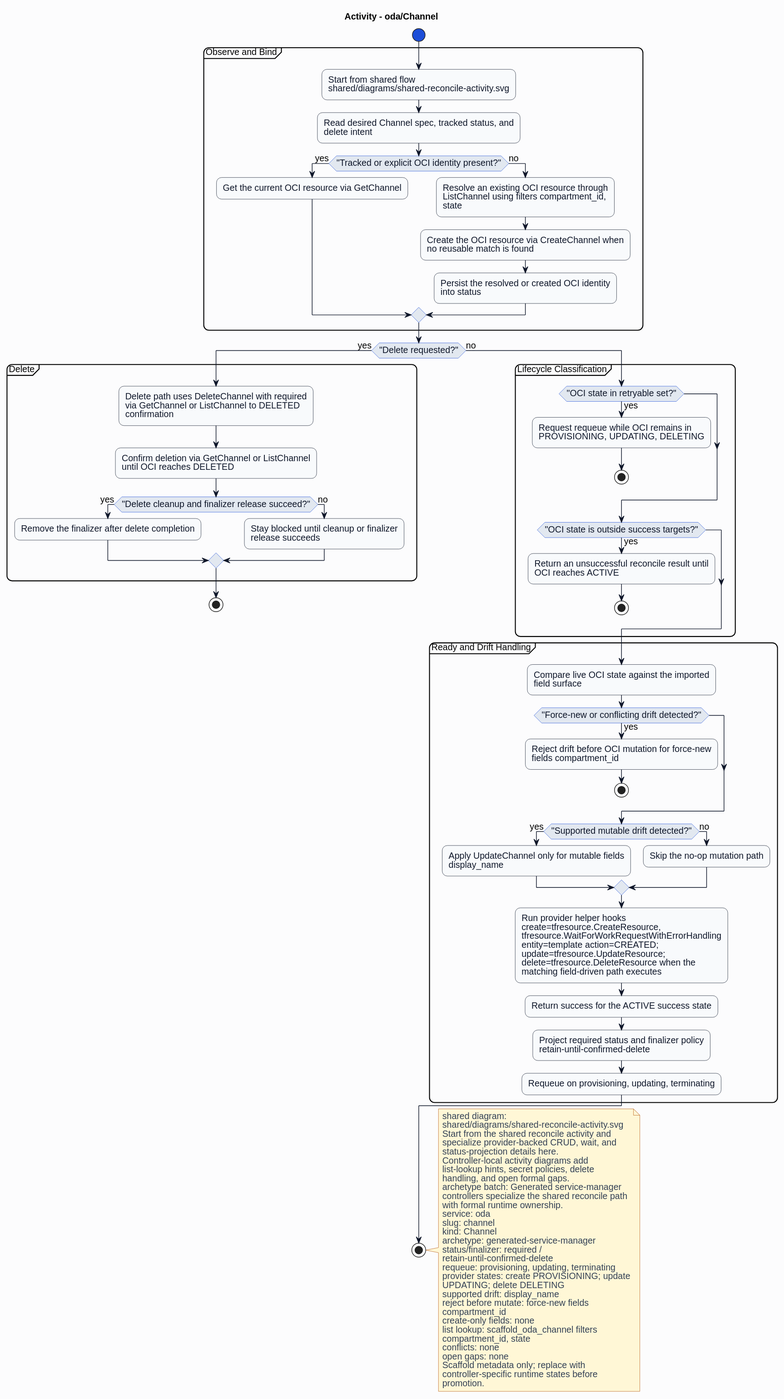
HaoyL666/oci-service-operator keeps this PlantUML diagram as formal/controllers/oda/channel/diagrams/activity.svg. Above is the earlier version.
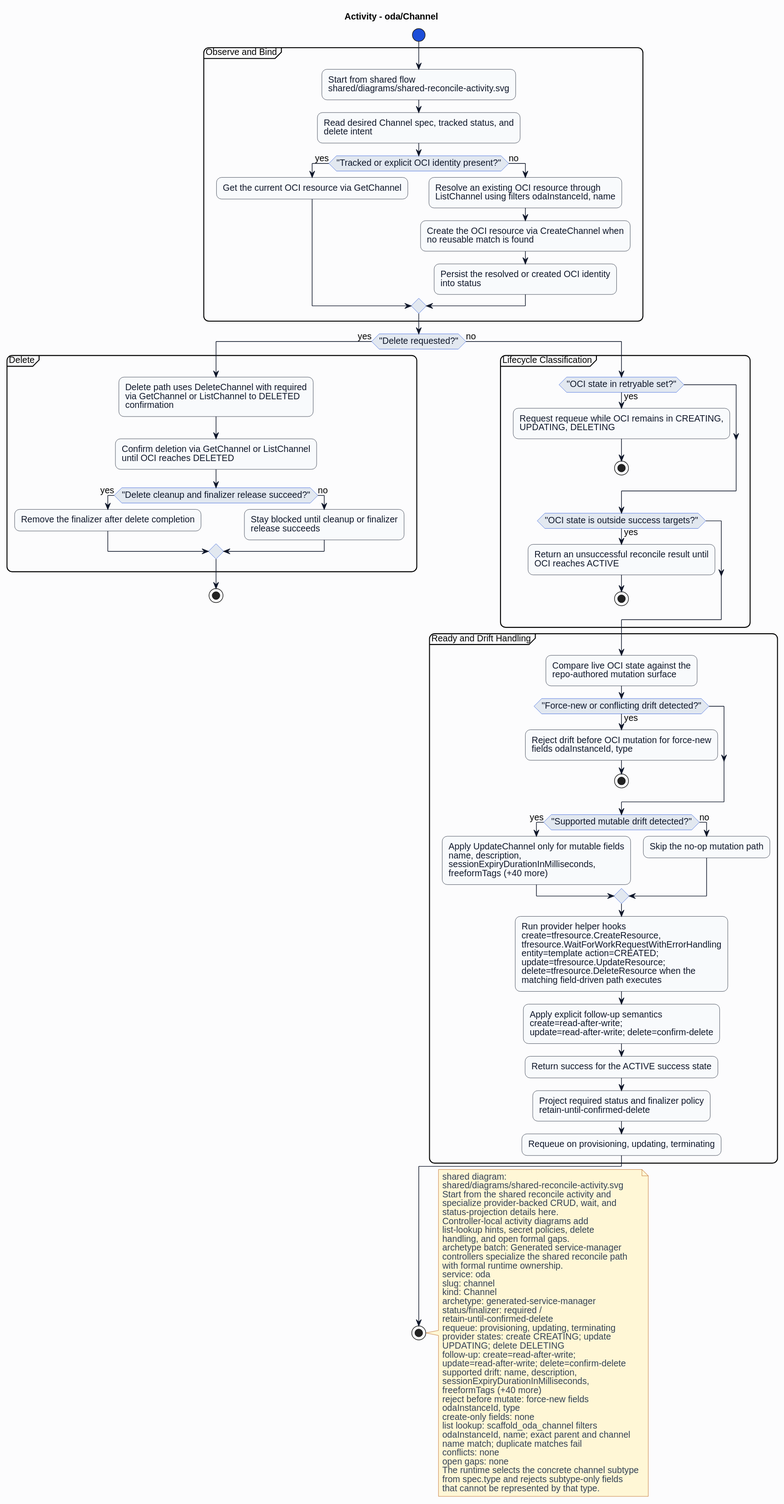
Later version of the same file.

The edit, as a diff of the source:
```diff
@@ -27,7 +27,7 @@
 if ("Tracked or explicit OCI identity present?") then (yes)
 :Get the current OCI resource via GetChannel;
 else (no)
-:Resolve an existing OCI resource through\nListChannel using filters compartment_id,\nstate;
+:Resolve an existing OCI resource through\nListChannel using filters odaInstanceId, name;
 :Create the OCI resource via CreateChannel when\nno reusable match is found;
 :Persist the resolved or created OCI identity\ninto status;
 endif
@@ -46,7 +46,7 @@
 else (no)
 partition "Lifecycle Classification" {
 if ("OCI state in retryable set?") then (yes)
-:Request requeue while OCI remains in\nPROVISIONING, UPDATING, DELETING;
+:Request requeue while OCI remains in CREATING,\nUPDATING, DELETING;
 stop
 endif
 if ("OCI state is outside success targets?") then (yes)
@@ -55,17 +55,18 @@
 endif
 }
 partition "Ready and Drift Handling" {
-:Compare live OCI state against the imported\nfield surface;
+:Compare live OCI state against the\nrepo-authored mutation surface;
 if ("Force-new or conflicting drift detected?") then (yes)
-:Reject drift before OCI mutation for force-new\nfields compartment_id;
+:Reject drift before OCI mutation for force-new\nfields odaInstanceId, type;
 stop
 endif
 if ("Supported mutable drift detected?") then (yes)
-:Apply UpdateChannel only for mutable fields\ndisplay_name;
+:Apply UpdateChannel only for mutable fields\nname, description,\nsessionExpiryDurationInMilliseconds,\nfreeformTags (+40 more);
 else (no)
 :Skip the no-op mutation path;
 endif
 :Run provider helper hooks\ncreate=tfresource.CreateResource,\ntfresource.WaitForWorkRequestWithErrorHandling\nentity=template action=CREATED;\nupdate=tfresource.UpdateResource;\ndelete=tfresource.DeleteResource when the\nmatching field-driven path executes;
+:Apply explicit follow-up semantics\ncreate=read-after-write;\nupdate=read-after-write; delete=confirm-delete;
 :Return success for the ACTIVE success state;
 :Project required status and finalizer policy\nretain-until-confirmed-delete;
 :Requeue on provisioning, updating, terminating;
@@ -91,18 +92,23 @@
 status/finalizer: required /
 retain-until-confirmed-delete
 requeue: provisioning, updating, terminating
-provider states: create PROVISIONING; update
+provider states: create CREATING; update
 UPDATING; delete DELETING
-supported drift: display_name
+follow-up: create=read-after-write;
+update=read-after-write; delete=confirm-delete
+supported drift: name, description,
+sessionExpiryDurationInMilliseconds,
+freeformTags (+40 more)
 reject before mutate: force-new fields
-compartment_id
+odaInstanceId, type
 create-only fields: none
 list lookup: scaffold_oda_channel filters
-compartment_id, state
+odaInstanceId, name; exact parent and channel
+name match; duplicate matches fail
 conflicts: none
 open gaps: none
-Scaffold metadata only; replace with
-controller-specific runtime states before
-promotion.
+The runtime selects the concrete channel subtype
+from spec.type and rejects subtype-only fields
+that cannot be represented by that type.
 end note
 @enduml
```
